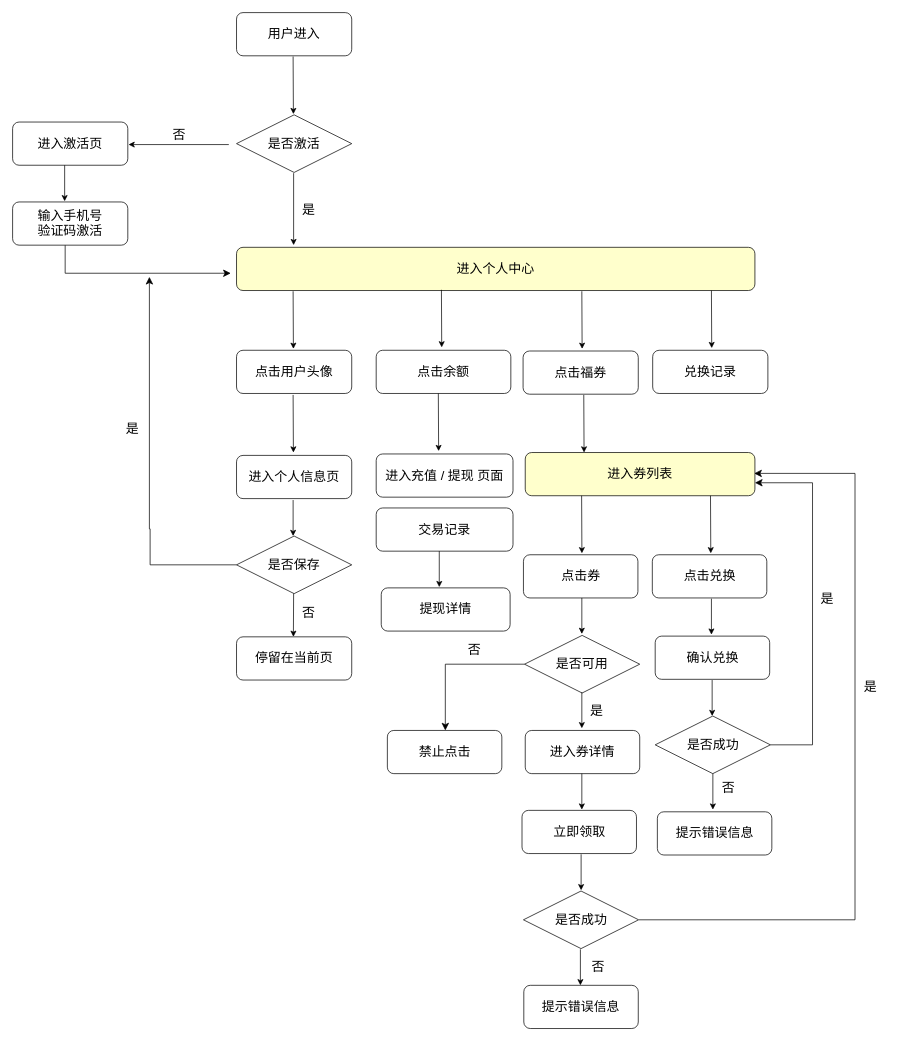
Above: 未命名绘图.drawio in 13717135460/vue-admin (draw.io), before the change. Source tidied: cells renumbered, new cells numbered last; positions are measured from the earlier drawing's top-left corner, leaving out a move shared by most shapes. Both pictures are drawn from the tidied source at 72%, with x=0, y=0 at pixel (12, 12).
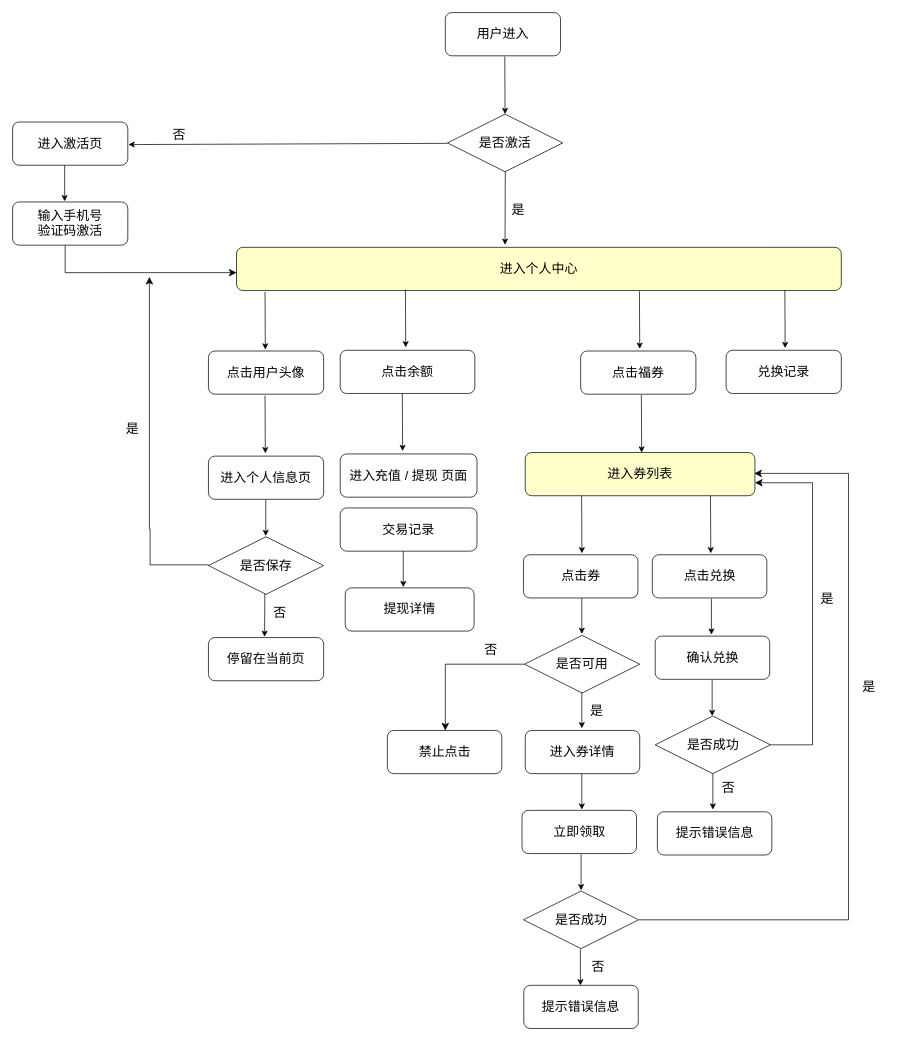
The same diagram, later.

Commit message:
更新未命名绘图.drawio

Change to the diagram source:
```diff
@@
     <mxCell id="2" value="&lt;font style=&quot;font-size: 18px;&quot;&gt;用户进入&lt;/font&gt;" style="rounded=1;whiteSpace=wrap;html=1;" parent="1" vertex="1">
-      <mxGeometry x="311" width="160" height="60" as="geometry" />
+      <mxGeometry x="601" width="160" height="60" as="geometry" />
     </mxCell>
     <mxCell id="3" value="&lt;font style=&quot;font-size: 18px;&quot;&gt;是否激活&lt;/font&gt;" style="rhombus;whiteSpace=wrap;html=1;" parent="1" vertex="1">
-      <mxGeometry x="311" y="142" width="160" height="80" as="geometry" />
+      <mxGeometry x="604" y="141" width="160" height="80" as="geometry" />
     </mxCell>
-    <mxCell id="4" style="endArrow=classic;html=1;rounded=0;" parent="1" edge="1">
+    <mxCell id="4" style="endArrow=classic;html=1;rounded=0;entryX=0.444;entryY=-0.058;entryDx=0;entryDy=0;entryPerimeter=0;" parent="1" edge="1" target="8">
       <mxGeometry relative="1" as="geometry">
-        <mxPoint x="390.3" y="223" as="sourcePoint" />
-        <mxPoint x="390.3" y="323" as="targetPoint" />
+        <mxPoint x="684.3" y="221" as="sourcePoint" />
       </mxGeometry>
     </mxCell>
     <mxCell id="5" value="&lt;font style=&quot;font-size: 18px;&quot;&gt;是&lt;/font&gt;" style="text;html=1;align=center;verticalAlign=middle;strokeColor=none;fillColor=none;" parent="1" vertex="1">
-      <mxGeometry x="391" y="254" width="40" height="40" as="geometry" />
+      <mxGeometry x="682" y="254" width="40" height="40" as="geometry" />
     </mxCell>
-    <mxCell id="6" style="endArrow=classic;html=1;rounded=0;" parent="1" edge="1">
+    <mxCell id="6" style="endArrow=classic;html=1;rounded=0;exitX=0;exitY=0.507;exitDx=0;exitDy=0;exitPerimeter=0;" parent="1" edge="1">
       <mxGeometry relative="1" as="geometry">
-        <mxPoint x="300.3" y="183.3" as="sourcePoint" />
+        <mxPoint x="604" y="181.6" as="sourcePoint" />
         <mxPoint x="161" y="183.3" as="targetPoint" />
       </mxGeometry>
     </mxCell>
@@
     <mxCell id="8" value="&lt;font style=&quot;font-size: 18px;&quot;&gt;进入个人中心&lt;/font&gt;" style="rounded=1;whiteSpace=wrap;html=1;fillColor=#FFFFCC;" parent="1" vertex="1">
-      <mxGeometry x="311" y="326" width="720" height="60" as="geometry" />
+      <mxGeometry x="311" y="326" width="840" height="60" as="geometry" />
     </mxCell>
@@
-    <mxCell id="10" style="edgeStyle=segmentEdgeStyle;endArrow=classic;html=1;curved=0;rounded=0;endSize=8;startSize=8;" parent="1" edge="1">
+    <mxCell id="10" style="edgeStyle=segmentEdgeStyle;endArrow=classic;html=1;curved=0;rounded=0;endSize=8;startSize=8;entryX=0;entryY=0.586;entryDx=0;entryDy=0;entryPerimeter=0;" parent="1" edge="1" target="8">
       <mxGeometry relative="1" as="geometry">
         <mxPoint x="73" y="321" as="sourcePoint" />
-        <mxPoint x="303" y="362" as="targetPoint" />
         <Array as="points">
-          <mxPoint x="73" y="362" />
+          <mxPoint x="73" y="361" />
         </Array>
       </mxGeometry>
     </mxCell>
@@
     <mxCell id="13" style="endArrow=classic;html=1;rounded=0;" parent="1" edge="1">
       <mxGeometry relative="1" as="geometry">
-        <mxPoint x="389.6" y="387" as="sourcePoint" />
-        <mxPoint x="390" y="467" as="targetPoint" />
+        <mxPoint x="350.6" y="388" as="sourcePoint" />
+        <mxPoint x="351" y="468" as="targetPoint" />
       </mxGeometry>
     </mxCell>
     <mxCell id="14" style="endArrow=classic;html=1;rounded=0;" parent="1" edge="1">
       <mxGeometry relative="1" as="geometry">
-        <mxPoint x="389.6" y="61" as="sourcePoint" />
-        <mxPoint x="390" y="141" as="targetPoint" />
+        <mxPoint x="683.6" y="61" as="sourcePoint" />
+        <mxPoint x="684" y="141" as="targetPoint" />
       </mxGeometry>
     </mxCell>
     <mxCell id="15" value="&lt;font style=&quot;font-size: 18px;&quot;&gt;点击用户头像&lt;/font&gt;" style="rounded=1;whiteSpace=wrap;html=1;" parent="1" vertex="1">
-      <mxGeometry x="311" y="469" width="160" height="60" as="geometry" />
+      <mxGeometry x="272" y="470" width="160" height="60" as="geometry" />
     </mxCell>
     <mxCell id="16" style="endArrow=classic;html=1;rounded=0;" parent="1" edge="1">
       <mxGeometry relative="1" as="geometry">
-        <mxPoint x="389.6" y="531" as="sourcePoint" />
-        <mxPoint x="390" y="611" as="targetPoint" />
+        <mxPoint x="350.6" y="532" as="sourcePoint" />
+        <mxPoint x="351" y="612" as="targetPoint" />
       </mxGeometry>
     </mxCell>
     <mxCell id="17" value="&lt;font style=&quot;font-size: 18px;&quot;&gt;进入个人信息页&lt;/font&gt;" style="rounded=1;whiteSpace=wrap;html=1;" parent="1" vertex="1">
-      <mxGeometry x="311" y="615" width="160" height="60" as="geometry" />
+      <mxGeometry x="272" y="616" width="160" height="60" as="geometry" />
     </mxCell>
     <mxCell id="18" value="&lt;font style=&quot;font-size: 18px;&quot;&gt;是否保存&lt;/font&gt;" style="rhombus;whiteSpace=wrap;html=1;" parent="1" vertex="1">
-      <mxGeometry x="311" y="727" width="160" height="80" as="geometry" />
+      <mxGeometry x="272" y="728" width="160" height="80" as="geometry" />
     </mxCell>
     <mxCell id="19" style="endArrow=classic;html=1;rounded=0;" parent="1" edge="1">
       <mxGeometry relative="1" as="geometry">
-        <mxPoint x="389.6" y="677" as="sourcePoint" />
-        <mxPoint x="389.6" y="727" as="targetPoint" />
+        <mxPoint x="351.6" y="677" as="sourcePoint" />
+        <mxPoint x="351.6" y="727" as="targetPoint" />
       </mxGeometry>
     </mxCell>
@@
     <mxCell id="22" style="endArrow=classic;html=1;rounded=0;" parent="1" edge="1">
       <mxGeometry relative="1" as="geometry">
-        <mxPoint x="390.3" y="807" as="sourcePoint" />
-        <mxPoint x="390" y="867" as="targetPoint" />
+        <mxPoint x="350.3" y="807" as="sourcePoint" />
+        <mxPoint x="350" y="867" as="targetPoint" />
       </mxGeometry>
     </mxCell>
     <mxCell id="23" value="&lt;font style=&quot;font-size: 18px;&quot;&gt;否&lt;/font&gt;" style="text;html=1;align=center;verticalAlign=middle;strokeColor=none;fillColor=none;" parent="1" vertex="1">
-      <mxGeometry x="391" y="814" width="40" height="40" as="geometry" />
+      <mxGeometry x="351" y="814" width="40" height="40" as="geometry" />
     </mxCell>
     <mxCell id="24" value="&lt;font style=&quot;font-size: 18px;&quot;&gt;停留在当前页&lt;/font&gt;" style="rounded=1;whiteSpace=wrap;html=1;" parent="1" vertex="1">
-      <mxGeometry x="311" y="867" width="160" height="60" as="geometry" />
+      <mxGeometry x="272" y="868" width="160" height="60" as="geometry" />
     </mxCell>
     <mxCell id="25" style="endArrow=classic;html=1;rounded=0;" parent="1" edge="1">
       <mxGeometry relative="1" as="geometry">
-        <mxPoint x="595.6" y="385" as="sourcePoint" />
-        <mxPoint x="596" y="465" as="targetPoint" />
+        <mxPoint x="545.6" y="385" as="sourcePoint" />
+        <mxPoint x="546" y="465" as="targetPoint" />
       </mxGeometry>
     </mxCell>
     <mxCell id="26" value="&lt;font style=&quot;font-size: 18px;&quot;&gt;点击余额&lt;/font&gt;" style="rounded=1;whiteSpace=wrap;html=1;" parent="1" vertex="1">
-      <mxGeometry x="505" y="469" width="187" height="60" as="geometry" />
+      <mxGeometry x="455" y="469" width="187" height="60" as="geometry" />
     </mxCell>
     <mxCell id="27" value="&lt;font style=&quot;font-size: 18px;&quot;&gt;点击福券&lt;/font&gt;" style="rounded=1;whiteSpace=wrap;html=1;" parent="1" vertex="1">
-      <mxGeometry x="709" y="470" width="160" height="60" as="geometry" />
+      <mxGeometry x="789" y="470" width="160" height="60" as="geometry" />
     </mxCell>
     <mxCell id="28" style="endArrow=classic;html=1;rounded=0;" parent="1" edge="1">
       <mxGeometry relative="1" as="geometry">
-        <mxPoint x="790.6" y="387" as="sourcePoint" />
-        <mxPoint x="791" y="467" as="targetPoint" />
+        <mxPoint x="870.6" y="387" as="sourcePoint" />
+        <mxPoint x="871" y="467" as="targetPoint" />
       </mxGeometry>
     </mxCell>
     <mxCell id="29" style="endArrow=classic;html=1;rounded=0;" parent="1" edge="1">
       <mxGeometry relative="1" as="geometry">
-        <mxPoint x="591.3" y="529" as="sourcePoint" />
-        <mxPoint x="591.7" y="609" as="targetPoint" />
+        <mxPoint x="541.3" y="529" as="sourcePoint" />
+        <mxPoint x="541.7" y="609" as="targetPoint" />
       </mxGeometry>
     </mxCell>
     <mxCell id="30" value="&lt;font style=&quot;font-size: 18px;&quot;&gt;进入充值 / 提现 页面&lt;/font&gt;" style="rounded=1;whiteSpace=wrap;html=1;" parent="1" vertex="1">
-      <mxGeometry x="505" y="613" width="190" height="60" as="geometry" />
+      <mxGeometry x="455" y="613" width="190" height="60" as="geometry" />
     </mxCell>
     <mxCell id="31" value="&lt;font style=&quot;font-size: 18px;&quot;&gt;交易记录&lt;/font&gt;" style="rounded=1;whiteSpace=wrap;html=1;" parent="1" vertex="1">
-      <mxGeometry x="505" y="688" width="190" height="60" as="geometry" />
+      <mxGeometry x="455" y="688" width="190" height="60" as="geometry" />
     </mxCell>
     <mxCell id="32" style="endArrow=classic;html=1;rounded=0;" parent="1" edge="1">
       <mxGeometry relative="1" as="geometry">
-        <mxPoint x="793.3" y="531" as="sourcePoint" />
-        <mxPoint x="793.7" y="611" as="targetPoint" />
+        <mxPoint x="873.3" y="531" as="sourcePoint" />
+        <mxPoint x="873.7" y="611" as="targetPoint" />
       </mxGeometry>
     </mxCell>
@@
     <mxCell id="43" value="&lt;font style=&quot;font-size: 18px;&quot;&gt;否&lt;/font&gt;" style="text;html=1;align=center;verticalAlign=middle;strokeColor=none;fillColor=none;" parent="1" vertex="1">
-      <mxGeometry x="621" y="865" width="40" height="40" as="geometry" />
+      <mxGeometry x="644" y="865" width="40" height="40" as="geometry" />
     </mxCell>
@@
     <mxCell id="61" style="edgeStyle=segmentEdgeStyle;endArrow=classic;html=1;curved=0;rounded=0;endSize=8;startSize=8;entryX=1;entryY=0.5;entryDx=0;entryDy=0;" parent="1" edge="1">
       <mxGeometry relative="1" as="geometry">
         <mxPoint x="870" y="1260" as="sourcePoint" />
         <mxPoint x="1030" y="640" as="targetPoint" />
         <Array as="points">
-          <mxPoint x="1170" y="1260" />
-          <mxPoint x="1170" y="640" />
+          <mxPoint x="1161" y="1260" />
+          <mxPoint x="1161" y="640" />
         </Array>
       </mxGeometry>
     </mxCell>
     <mxCell id="62" value="&lt;font style=&quot;font-size: 18px;&quot;&gt;是&lt;/font&gt;" style="text;html=1;align=center;verticalAlign=middle;strokeColor=none;fillColor=none;" parent="1" vertex="1">
-      <mxGeometry x="1171" y="917" width="40" height="40" as="geometry" />
+      <mxGeometry x="1169" y="917" width="40" height="40" as="geometry" />
     </mxCell>
@@
     <mxCell id="64" value="&lt;span style=&quot;font-size: 18px;&quot;&gt;兑换记录&lt;/span&gt;" style="rounded=1;whiteSpace=wrap;html=1;" parent="1" vertex="1">
-      <mxGeometry x="889" y="469" width="160" height="60" as="geometry" />
+      <mxGeometry x="991" y="469" width="160" height="60" as="geometry" />
     </mxCell>
     <mxCell id="65" style="endArrow=classic;html=1;rounded=0;" parent="1" edge="1">
       <mxGeometry relative="1" as="geometry">
-        <mxPoint x="970.6" y="386" as="sourcePoint" />
-        <mxPoint x="971" y="466" as="targetPoint" />
+        <mxPoint x="1072.6" y="386" as="sourcePoint" />
+        <mxPoint x="1073" y="466" as="targetPoint" />
       </mxGeometry>
     </mxCell>
     <mxCell id="66" value="&lt;font style=&quot;font-size: 18px;&quot;&gt;提现详情&lt;/font&gt;" style="rounded=1;whiteSpace=wrap;html=1;" parent="1" vertex="1">
-      <mxGeometry x="512" y="799" width="179" height="60" as="geometry" />
+      <mxGeometry x="462" y="799" width="179" height="60" as="geometry" />
     </mxCell>
     <mxCell id="67" style="endArrow=classic;html=1;rounded=0;" parent="1" edge="1">
       <mxGeometry relative="1" as="geometry">
-        <mxPoint x="592.6" y="748" as="sourcePoint" />
-        <mxPoint x="592.6" y="798" as="targetPoint" />
+        <mxPoint x="542.6" y="748" as="sourcePoint" />
+        <mxPoint x="542.6" y="798" as="targetPoint" />
       </mxGeometry>
     </mxCell>
```
